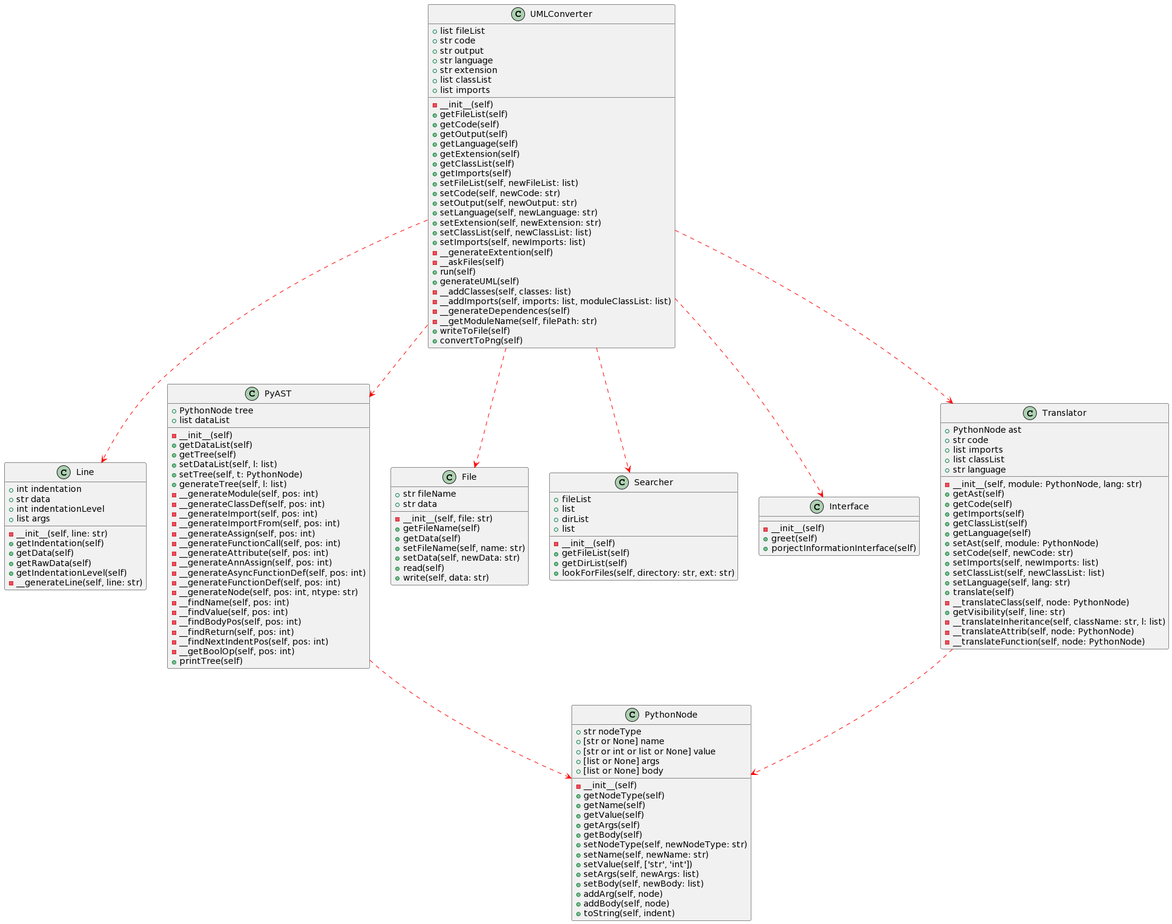
Before: outputs/projectUML.png, a diagram exported from PlantUML (AdrianEpi/UMLConverter).
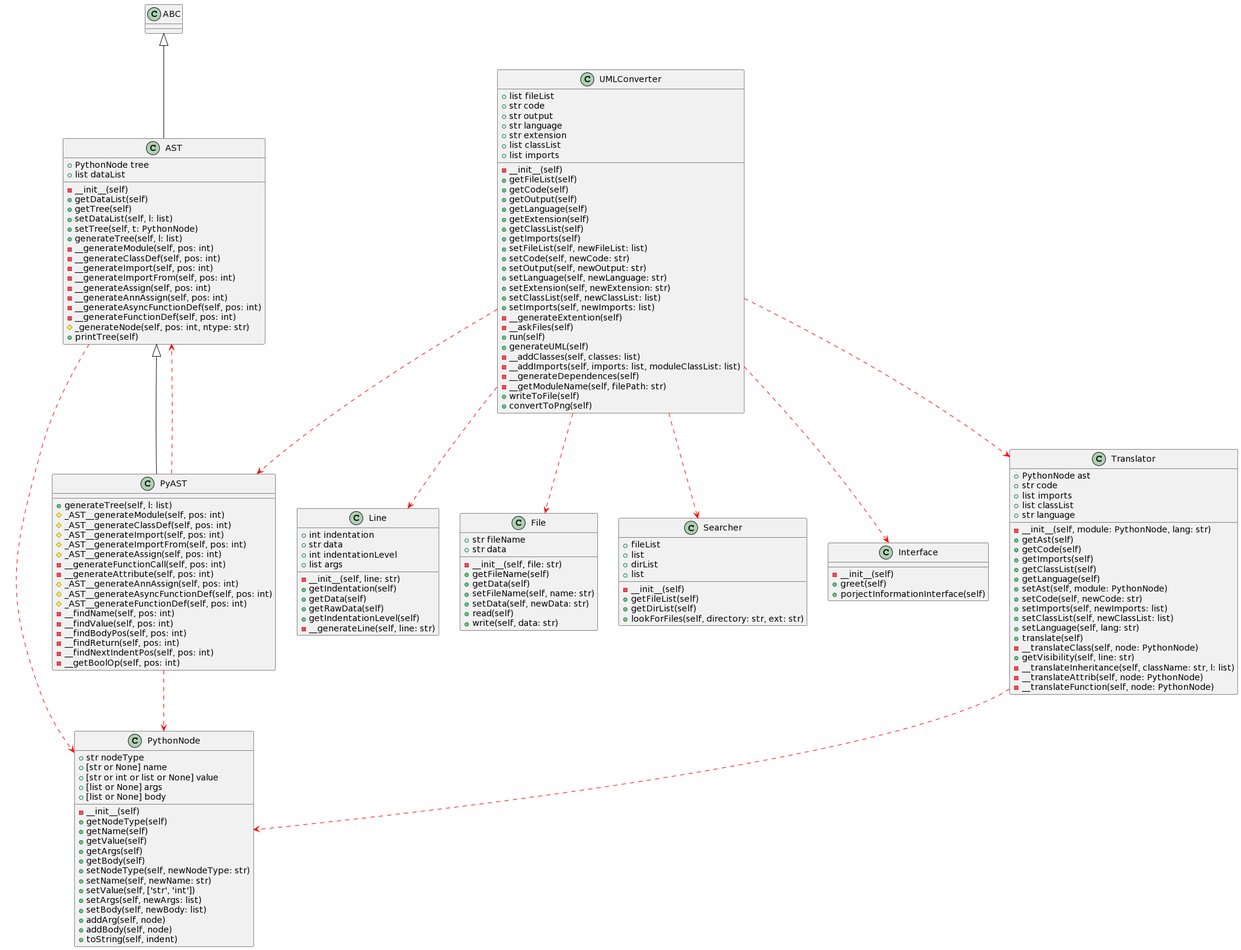
After the commit.

Commit message:
Refactoring AST class for default values and optional parameters

Diff of the diagram source:
```diff
@@ -1,4 +1,26 @@
 @startuml
+ABC <|-- AST
+class AST {
+    + PythonNode tree
+    + list dataList
+    - __init__(self)
+    + getDataList(self)
+    + getTree(self)
+    + setDataList(self, l: list)
+    + setTree(self, t: PythonNode)
+    + generateTree(self, l: list)
+    - __generateModule(self, pos: int)
+    - __generateClassDef(self, pos: int)
+    - __generateImport(self, pos: int)
+    - __generateImportFrom(self, pos: int)
+    - __generateAssign(self, pos: int)
+    - __generateAnnAssign(self, pos: int)
+    - __generateAsyncFunctionDef(self, pos: int)
+    - __generateFunctionDef(self, pos: int)
+    # _generateNode(self, pos: int, ntype: str)
+    + printTree(self)
+}
+
 class Line {
     + int indentation
     + str data
@@ -12,33 +34,25 @@
     - __generateLine(self, line: str)
 }
 
+AST <|-- PyAST
 class PyAST {
-    + PythonNode tree
-    + list dataList
-    - __init__(self)
-    + getDataList(self)
-    + getTree(self)
-    + setDataList(self, l: list)
-    + setTree(self, t: PythonNode)
     + generateTree(self, l: list)
-    - __generateModule(self, pos: int)
-    - __generateClassDef(self, pos: int)
-    - __generateImport(self, pos: int)
-    - __generateImportFrom(self, pos: int)
-    - __generateAssign(self, pos: int)
+    # _AST__generateModule(self, pos: int)
+    # _AST__generateClassDef(self, pos: int)
+    # _AST__generateImport(self, pos: int)
+    # _AST__generateImportFrom(self, pos: int)
+    # _AST__generateAssign(self, pos: int)
     - __generateFunctionCall(self, pos: int)
     - __generateAttribute(self, pos: int)
-    - __generateAnnAssign(self, pos: int)
-    - __generateAsyncFunctionDef(self, pos: int)
-    - __generateFunctionDef(self, pos: int)
-    - __generateNode(self, pos: int, ntype: str)
+    # _AST__generateAnnAssign(self, pos: int)
+    # _AST__generateAsyncFunctionDef(self, pos: int)
+    # _AST__generateFunctionDef(self, pos: int)
     - __findName(self, pos: int)
     - __findValue(self, pos: int)
     - __findBodyPos(self, pos: int)
     - __findReturn(self, pos: int)
     - __findNextIndentPos(self, pos: int)
     - __getBoolOp(self, pos: int)
-    + printTree(self)
 }
 
 class PythonNode {
@@ -152,7 +166,9 @@
     + convertToPng(self)
 }
 
+AST --> PythonNode #red;line.dashed
 PyAST --> PythonNode #red;line.dashed
+PyAST --> AST #red;line.dashed
 Translator --> PythonNode #red;line.dashed
 UMLConverter --> Translator #red;line.dashed
 UMLConverter --> File #red;line.dashed
```
